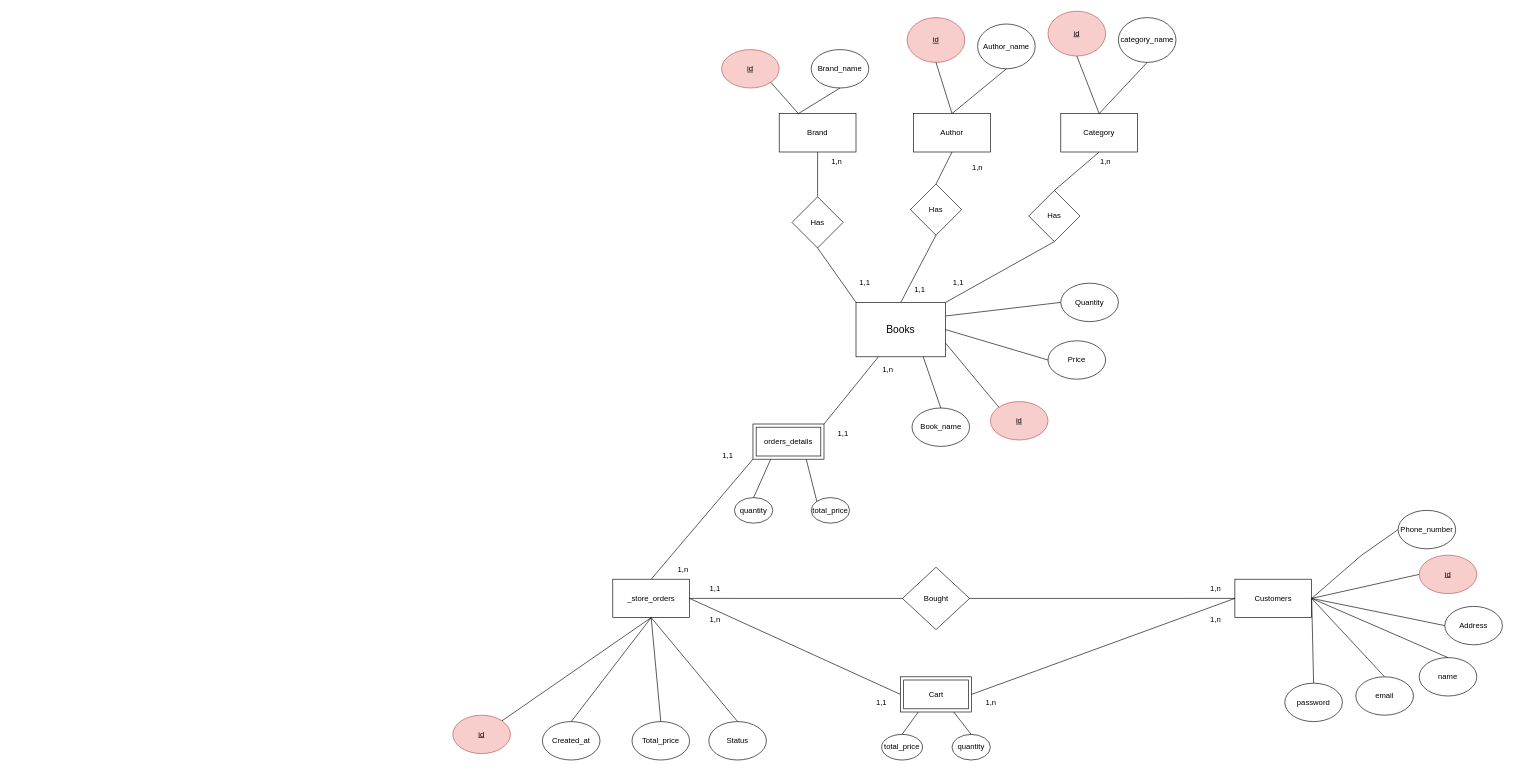
This is Bookprj.drawio from khanh8603/khanh8603, a draw.io file, before an edit. Source tidied: cells renumbered, new cells numbered last; positions are measured from the earlier drawing's top-left corner, leaving out a move shared by most shapes. Both pictures are drawn from the tidied source at 64%, with x=0, y=0 at pixel (452, 11).
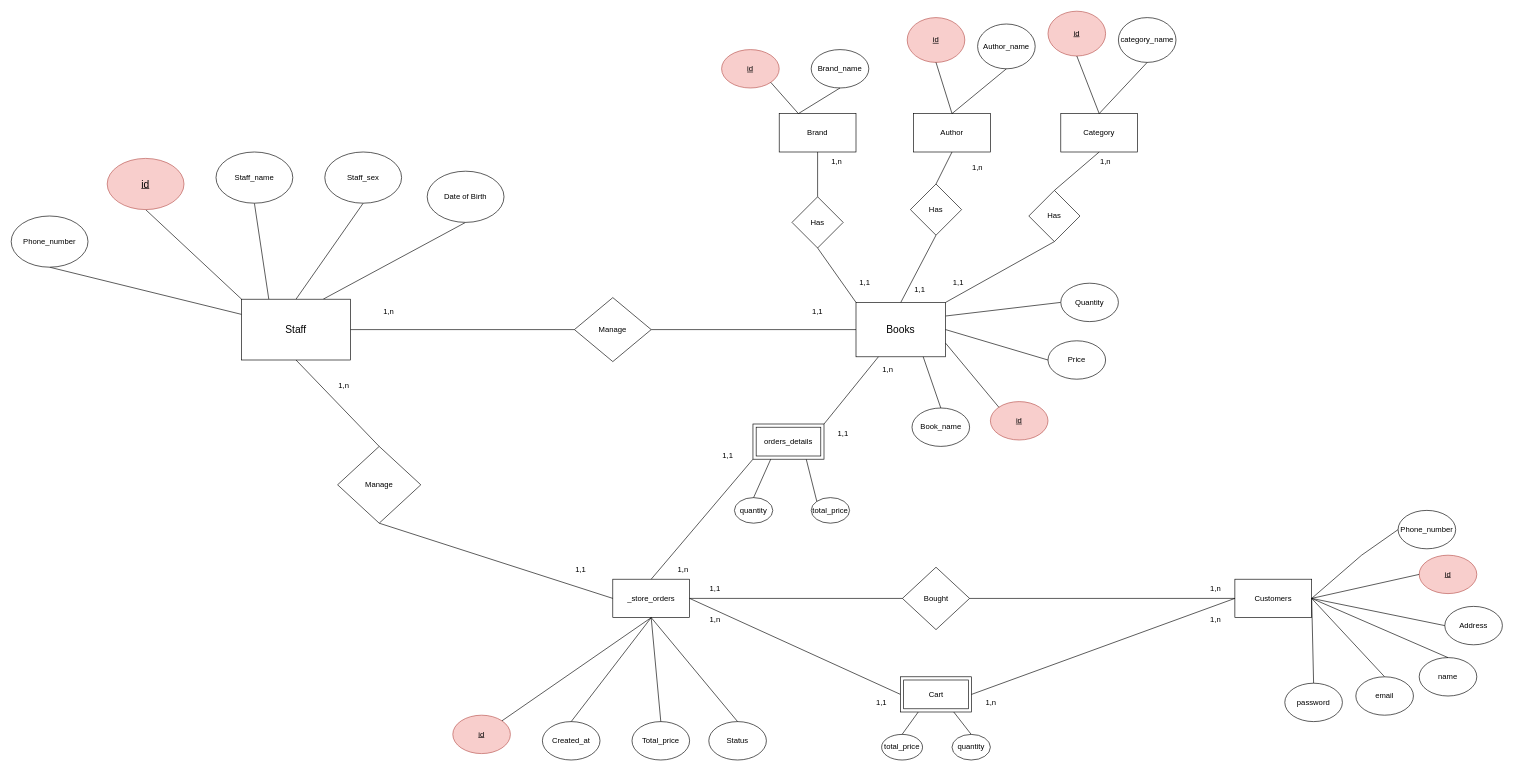
After the change.

Commit message:
Cập nhật Bookprj.drawio

Unchanged cells that the change refers to:
```xml
<mxCell id="4" value="&lt;font style=&quot;font-size: 16px;&quot;&gt;Books&lt;/font&gt;" style="rounded=0;whiteSpace=wrap;html=1;" parent="1" vertex="1">
  <mxGeometry x="630" y="455" width="140" height="85" as="geometry" />
</mxCell>
<mxCell id="6" value="_store_orders" style="rounded=0;whiteSpace=wrap;html=1;" parent="1" vertex="1">
  <mxGeometry x="250" y="887.5" width="120" height="60" as="geometry" />
</mxCell>
```

The edit, as a diff of the source:
```diff
@@
+    <mxCell id="90" style="edgeStyle=orthogonalEdgeStyle;rounded=0;jettySize=auto;html=1;exitX=1;exitY=0.5;exitDx=0;exitDy=0;endArrow=none;endFill=0;entryX=0;entryY=0.5;entryDx=0;entryDy=0;" parent="1" edge="1" source="97" target="99">
+      <mxGeometry relative="1" as="geometry" />
+    </mxCell>
+    <mxCell id="91" style="rounded=0;jettySize=auto;html=1;exitX=0.5;exitY=1;exitDx=0;exitDy=0;entryX=0;entryY=0.5;entryDx=0;entryDy=0;endArrow=none;endFill=0;" parent="1" edge="1" source="103" target="6">
+      <mxGeometry relative="1" as="geometry" />
+    </mxCell>
+    <mxCell id="92" style="rounded=0;jettySize=auto;html=1;exitX=0;exitY=0;exitDx=0;exitDy=0;entryX=0.5;entryY=1;entryDx=0;entryDy=0;endArrow=none;endFill=0;" parent="1" edge="1" source="97" target="108">
+      <mxGeometry relative="1" as="geometry" />
+    </mxCell>
+    <mxCell id="93" style="rounded=0;jettySize=auto;html=1;exitX=0.25;exitY=0;exitDx=0;exitDy=0;entryX=0.5;entryY=1;entryDx=0;entryDy=0;endArrow=none;endFill=0;" parent="1" edge="1" source="97" target="107">
+      <mxGeometry relative="1" as="geometry" />
+    </mxCell>
+    <mxCell id="94" style="rounded=0;jettySize=auto;html=1;exitX=0.75;exitY=0;exitDx=0;exitDy=0;entryX=0.5;entryY=1;entryDx=0;entryDy=0;endArrow=none;endFill=0;" parent="1" edge="1" source="97" target="109">
+      <mxGeometry relative="1" as="geometry" />
+    </mxCell>
+    <mxCell id="95" style="rounded=0;jettySize=auto;html=1;exitX=0.5;exitY=0;exitDx=0;exitDy=0;entryX=0.5;entryY=1;entryDx=0;entryDy=0;endArrow=none;endFill=0;" parent="1" edge="1" source="97" target="106">
+      <mxGeometry relative="1" as="geometry" />
+    </mxCell>
+    <mxCell id="96" style="rounded=0;jettySize=auto;html=1;exitX=0;exitY=0.25;exitDx=0;exitDy=0;entryX=0.5;entryY=1;entryDx=0;entryDy=0;endArrow=none;endFill=0;" parent="1" edge="1" source="97" target="110">
+      <mxGeometry relative="1" as="geometry" />
+    </mxCell>
+    <mxCell id="97" value="&lt;font style=&quot;font-size: 16px;&quot;&gt;Staff&lt;/font&gt;" style="rounded=0;whiteSpace=wrap;html=1;" parent="1" vertex="1">
+      <mxGeometry x="-330" y="450" width="170" height="95" as="geometry" />
+    </mxCell>
+    <mxCell id="98" style="edgeStyle=orthogonalEdgeStyle;rounded=0;jettySize=auto;html=1;exitX=1;exitY=0.5;exitDx=0;exitDy=0;entryX=0;entryY=0.5;entryDx=0;entryDy=0;endArrow=none;endFill=0;" parent="1" edge="1" source="99" target="4">
+      <mxGeometry relative="1" as="geometry" />
+    </mxCell>
+    <mxCell id="99" value="Manage" style="rhombus;whiteSpace=wrap;html=1;" parent="1" vertex="1">
+      <mxGeometry x="190" y="447.5" width="120" height="100" as="geometry" />
+    </mxCell>
+    <mxCell id="100" value="1,1" style="text;html=1;strokeColor=none;fillColor=none;align=center;verticalAlign=middle;whiteSpace=wrap;rounded=0;" parent="1" vertex="1">
+      <mxGeometry x="540" y="455" width="60" height="30" as="geometry" />
+    </mxCell>
+    <mxCell id="101" value="1,n" style="text;html=1;strokeColor=none;fillColor=none;align=center;verticalAlign=middle;whiteSpace=wrap;rounded=0;" parent="1" vertex="1">
+      <mxGeometry x="-130" y="455" width="60" height="30" as="geometry" />
+    </mxCell>
+    <mxCell id="102" style="rounded=0;jettySize=auto;html=1;exitX=0.5;exitY=1;exitDx=0;exitDy=0;entryX=0.5;entryY=0;entryDx=0;entryDy=0;endArrow=none;endFill=0;" parent="1" edge="1" source="97" target="103">
+      <mxGeometry relative="1" as="geometry" />
+    </mxCell>
+    <mxCell id="103" value="Manage" style="rhombus;whiteSpace=wrap;html=1;" parent="1" vertex="1">
+      <mxGeometry x="-180" y="680" width="130" height="120" as="geometry" />
+    </mxCell>
+    <mxCell id="104" value="1,n" style="text;html=1;strokeColor=none;fillColor=none;align=center;verticalAlign=middle;whiteSpace=wrap;rounded=0;" parent="1" vertex="1">
+      <mxGeometry x="-200" y="570" width="60" height="30" as="geometry" />
+    </mxCell>
+    <mxCell id="105" value="1,1" style="text;html=1;strokeColor=none;fillColor=none;align=center;verticalAlign=middle;whiteSpace=wrap;rounded=0;" parent="1" vertex="1">
+      <mxGeometry x="170" y="857.5" width="60" height="30" as="geometry" />
+    </mxCell>
+    <mxCell id="106" value="Staff_sex" style="ellipse;whiteSpace=wrap;html=1;" parent="1" vertex="1">
+      <mxGeometry x="-200" y="220" width="120" height="80" as="geometry" />
+    </mxCell>
+    <mxCell id="107" value="Staff_name" style="ellipse;whiteSpace=wrap;html=1;" parent="1" vertex="1">
+      <mxGeometry x="-370" y="220" width="120" height="80" as="geometry" />
+    </mxCell>
+    <mxCell id="108" value="&lt;font style=&quot;font-size: 16px;&quot;&gt;&lt;u&gt;id&lt;/u&gt;&lt;/font&gt;" style="ellipse;whiteSpace=wrap;html=1;fillColor=#f8cecc;strokeColor=#b85450;" parent="1" vertex="1">
+      <mxGeometry x="-540" y="230" width="120" height="80" as="geometry" />
+    </mxCell>
+    <mxCell id="109" value="Date of Birth" style="ellipse;whiteSpace=wrap;html=1;" parent="1" vertex="1">
+      <mxGeometry x="-40" y="250" width="120" height="80" as="geometry" />
+    </mxCell>
+    <mxCell id="110" value="Phone_number" style="ellipse;whiteSpace=wrap;html=1;" parent="1" vertex="1">
+      <mxGeometry x="-690" y="320" width="120" height="80" as="geometry" />
+    </mxCell>
```
